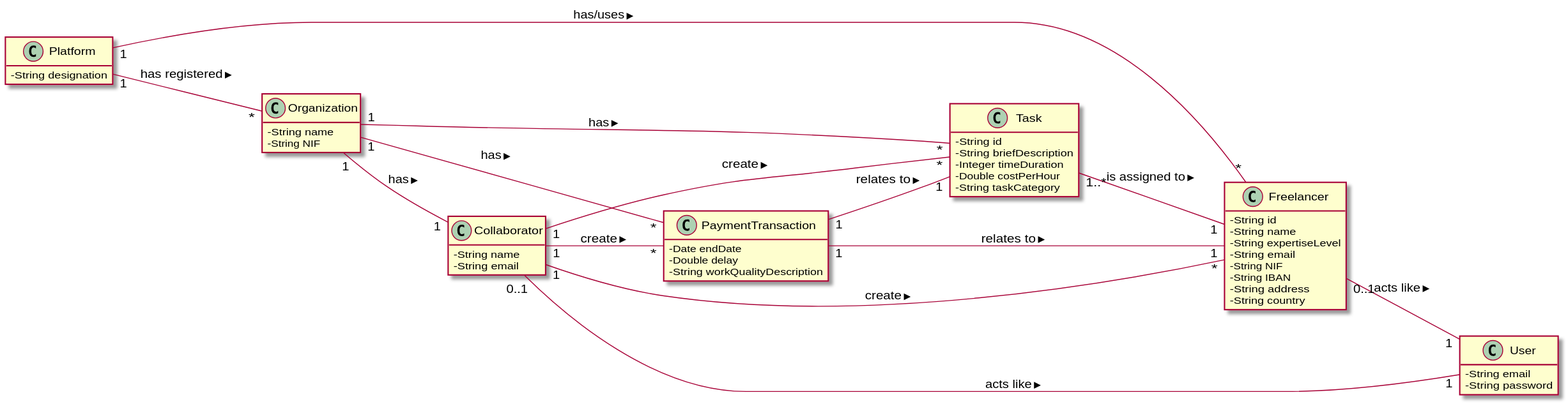
pedrolemos4/LAPR2 keeps this PlantUML diagram as docs/UC3 - Create Payment Transaction/UC3_MD.svg. Above is the earlier version.
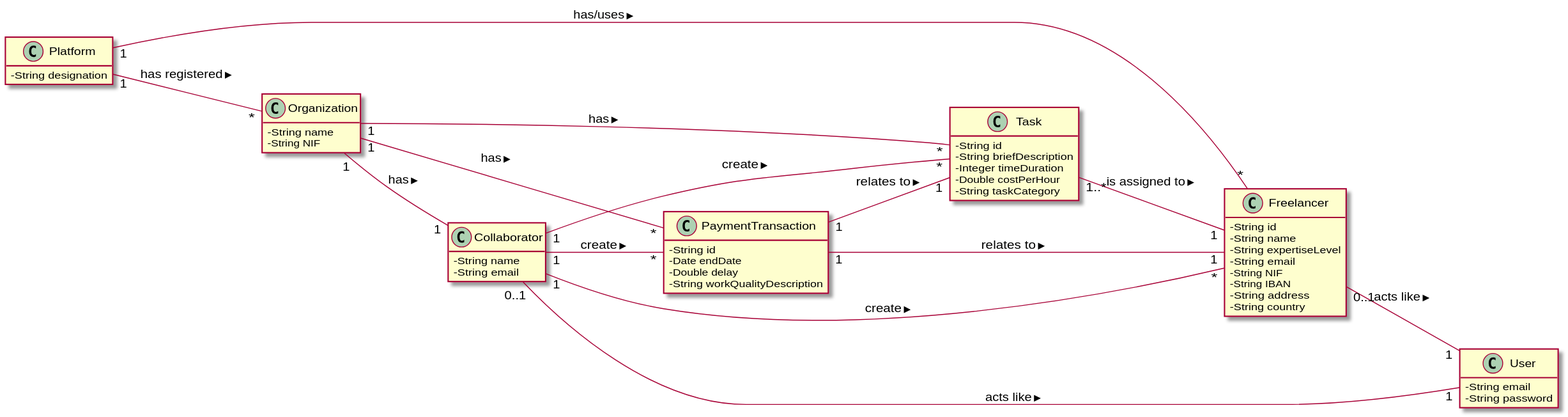
The same diagram one commit later.

Diff of the diagram source:
```diff
@@ -43,6 +43,7 @@
 }
 
 class PaymentTransaction{
+  -String id
   -Date endDate
   -Double delay
   -String workQualityDescription
```
